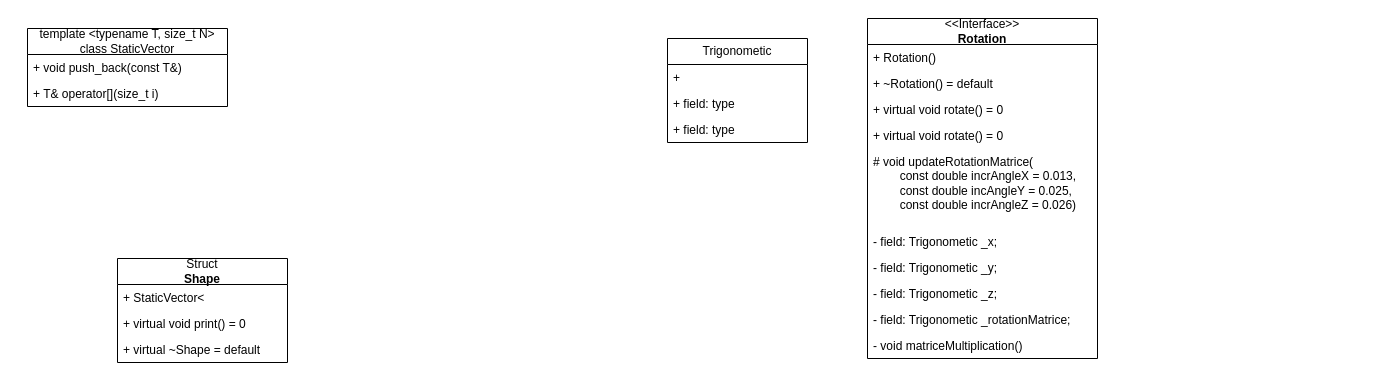
This is Architecture.drawio from AntonG97/ASCII_cube, a draw.io file, before an edit. Source tidied: cells renumbered, new cells numbered last; positions are measured from the earlier drawing's top-left corner, leaving out a move shared by most shapes. Both pictures are drawn from the tidied source at 100%, with x=0, y=0 at pixel (27, 18).
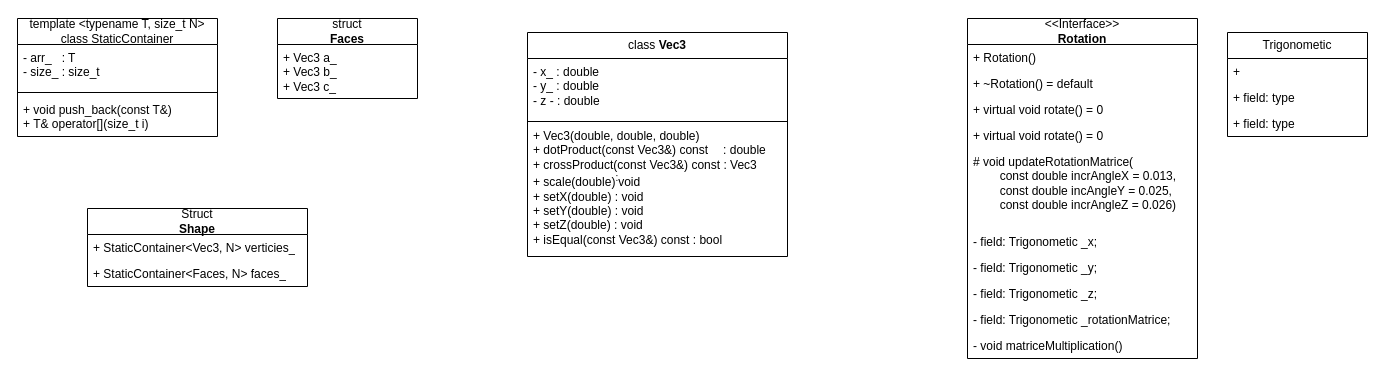
The same diagram, later.

Diff of the diagram source:
```diff
@@
     <mxCell id="2" value="&lt;div&gt;Struct&lt;/div&gt;&lt;div&gt;&lt;b&gt;Shape&lt;/b&gt;&lt;/div&gt;" style="swimlane;fontStyle=0;horizontal=1;startSize=26;fillColor=none;whiteSpace=wrap;html=1;" parent="1" vertex="1">
-      <mxGeometry x="90" y="240" width="170" height="104" as="geometry" />
+      <mxGeometry x="60" y="190" width="220" height="78" as="geometry" />
     </mxCell>
-    <mxCell id="3" value="+ StaticVector&amp;lt;" style="text;strokeColor=none;fillColor=none;align=left;verticalAlign=top;spacingLeft=4;spacingRight=4;overflow=hidden;whiteSpace=wrap;html=1;" parent="2" vertex="1">
-      <mxGeometry y="26" width="170" height="26" as="geometry" />
+    <mxCell id="3" value="+ StaticContainer&amp;lt;Vec3, N&amp;gt; verticies_" style="text;strokeColor=none;fillColor=none;align=left;verticalAlign=top;spacingLeft=4;spacingRight=4;overflow=hidden;whiteSpace=wrap;html=1;" parent="2" vertex="1">
+      <mxGeometry y="26" width="220" height="26" as="geometry" />
     </mxCell>
-    <mxCell id="4" value="+ virtual void print() = 0&lt;span style=&quot;white-space: pre;&quot;&gt;&#9;&lt;/span&gt;" style="text;strokeColor=none;fillColor=none;align=left;verticalAlign=top;spacingLeft=4;spacingRight=4;overflow=hidden;whiteSpace=wrap;html=1;" parent="2" vertex="1">
-      <mxGeometry y="52" width="170" height="26" as="geometry" />
+    <mxCell id="4" value="+ StaticContainer&amp;lt;Faces, N&amp;gt; faces_" style="text;strokeColor=none;fillColor=none;align=left;verticalAlign=top;spacingLeft=4;spacingRight=4;overflow=hidden;whiteSpace=wrap;html=1;" parent="2" vertex="1">
+      <mxGeometry y="52" width="220" height="26" as="geometry" />
     </mxCell>
-    <mxCell id="5" value="+ virtual ~Shape = default" style="text;strokeColor=none;fillColor=none;align=left;verticalAlign=top;spacingLeft=4;spacingRight=4;overflow=hidden;whiteSpace=wrap;html=1;" parent="2" vertex="1">
-      <mxGeometry y="78" width="170" height="26" as="geometry" />
-    </mxCell>
     <mxCell id="6" value="&amp;lt;&amp;lt;Interface&amp;gt;&amp;gt;&lt;div&gt;&lt;b&gt;Rotation&lt;/b&gt;&lt;/div&gt;" style="swimlane;fontStyle=0;horizontal=1;startSize=26;fillColor=none;whiteSpace=wrap;html=1;" parent="1" vertex="1">
-      <mxGeometry x="840" width="230" height="340" as="geometry" />
+      <mxGeometry x="940" width="230" height="340" as="geometry" />
     </mxCell>
@@
     <mxCell id="17" value="Trigonometic" style="swimlane;fontStyle=0;horizontal=1;startSize=26;fillColor=none;whiteSpace=wrap;html=1;" parent="1" vertex="1">
-      <mxGeometry x="640" y="20" width="140" height="104" as="geometry" />
+      <mxGeometry x="1200" y="14" width="140" height="104" as="geometry" />
     </mxCell>
@@
-    <mxCell id="21" value="&lt;div&gt;template &amp;lt;typename T, size_t N&amp;gt;&lt;/div&gt;&lt;div&gt;class StaticVector&lt;/div&gt;" style="swimlane;fontStyle=0;horizontal=1;startSize=26;fillColor=none;whiteSpace=wrap;html=1;" parent="1" vertex="1">
-      <mxGeometry y="10" width="200" height="78" as="geometry" />
+    <mxCell id="21" value="&lt;div&gt;template &amp;lt;typename T, size_t N&amp;gt;&lt;/div&gt;&lt;div&gt;class StaticContainer&lt;/div&gt;" style="swimlane;fontStyle=0;horizontal=1;startSize=26;fillColor=none;whiteSpace=wrap;html=1;" parent="1" vertex="1">
+      <mxGeometry x="-10" width="200" height="118" as="geometry" />
     </mxCell>
-    <mxCell id="22" value="+ void push_back(const T&amp;amp;)" style="text;strokeColor=none;fillColor=none;align=left;verticalAlign=top;spacingLeft=4;spacingRight=4;overflow=hidden;whiteSpace=wrap;html=1;" parent="21" vertex="1">
-      <mxGeometry y="26" width="200" height="26" as="geometry" />
+    <mxCell id="22" value="&lt;div&gt;- arr_&amp;nbsp; &amp;nbsp;: T&lt;/div&gt;&lt;div&gt;- size_ : size_t&amp;nbsp;&lt;/div&gt;" style="text;strokeColor=none;fillColor=none;align=left;verticalAlign=top;spacingLeft=4;spacingRight=4;overflow=hidden;whiteSpace=wrap;html=1;" parent="21" vertex="1">
+      <mxGeometry y="26" width="200" height="44" as="geometry" />
     </mxCell>
+    <mxCell id="24" style="line;strokeWidth=1;fillColor=none;align=left;verticalAlign=middle;spacingTop=-1;spacingLeft=3;spacingRight=3;labelPosition=right;strokeColor=inherit;" parent="21" vertex="1">
+      <mxGeometry y="70" width="200" height="8" as="geometry" />
+    </mxCell>
-    <mxCell id="23" value="+ T&amp;amp; operator[](size_t i)" style="text;strokeColor=none;fillColor=none;align=left;verticalAlign=top;spacingLeft=4;spacingRight=4;overflow=hidden;whiteSpace=wrap;html=1;" parent="21" vertex="1">
-      <mxGeometry y="52" width="200" height="26" as="geometry" />
+    <mxCell id="23" value="&lt;div&gt;+ void push_back(const T&amp;amp;)&lt;/div&gt;&lt;div&gt;+ T&amp;amp; operator[](size_t i)&lt;/div&gt;" style="text;strokeColor=none;fillColor=none;align=left;verticalAlign=top;spacingLeft=4;spacingRight=4;overflow=hidden;whiteSpace=wrap;html=1;" parent="21" vertex="1">
+      <mxGeometry y="78" width="200" height="40" as="geometry" />
     </mxCell>
+    <mxCell id="25" value="&lt;div&gt;struct&lt;/div&gt;&lt;div&gt;&lt;b&gt;Faces&lt;/b&gt;&lt;/div&gt;" style="swimlane;fontStyle=0;horizontal=1;startSize=26;fillColor=none;whiteSpace=wrap;html=1;" parent="1" vertex="1">
+      <mxGeometry x="250" width="140" height="80" as="geometry" />
+    </mxCell>
+    <mxCell id="26" value="&lt;div&gt;+ Vec3 a_&lt;/div&gt;&lt;div&gt;+ Vec3 b_&lt;/div&gt;&lt;div&gt;+ Vec3 c_&lt;/div&gt;" style="text;strokeColor=none;fillColor=none;align=left;verticalAlign=top;spacingLeft=4;spacingRight=4;overflow=hidden;whiteSpace=wrap;html=1;" parent="25" vertex="1">
+      <mxGeometry y="26" width="140" height="54" as="geometry" />
+    </mxCell>
+    <mxCell id="27" value="class&amp;nbsp;&lt;b&gt;Vec3&lt;/b&gt;" style="swimlane;fontStyle=0;horizontal=1;startSize=26;fillColor=none;whiteSpace=wrap;html=1;" parent="1" vertex="1">
+      <mxGeometry x="500" y="14" width="260" height="224" as="geometry" />
+    </mxCell>
+    <mxCell id="28" value="&lt;div&gt;- x_ : double&lt;/div&gt;&lt;div&gt;- y_ : double&lt;/div&gt;&lt;div&gt;- z - : double&lt;/div&gt;" style="text;strokeColor=none;fillColor=none;align=left;verticalAlign=top;spacingLeft=4;spacingRight=4;overflow=hidden;whiteSpace=wrap;html=1;" parent="27" vertex="1">
+      <mxGeometry y="26" width="260" height="62" as="geometry" />
+    </mxCell>
+    <mxCell id="29" style="line;strokeWidth=1;fillColor=none;align=left;verticalAlign=middle;spacingTop=-1;spacingLeft=3;spacingRight=3;labelPosition=right;strokeColor=inherit;" parent="27" vertex="1">
+      <mxGeometry y="88" width="260" height="2" as="geometry" />
+    </mxCell>
+    <mxCell id="30" value="&lt;div&gt;+ Vec3(double, double, double)&lt;/div&gt;&lt;div&gt;+ dotProduct(const Vec3&amp;amp;) const &lt;span style=&quot;white-space: pre;&quot;&gt;&#9;&lt;/span&gt;&amp;nbsp;: double&lt;/div&gt;&lt;div&gt;+ crossProduct(const Vec3&amp;amp;) const :&amp;nbsp;Vec3&lt;/div&gt;&lt;div&gt;+ scale(double)&lt;sup&gt;:&lt;/sup&gt;void&lt;/div&gt;&lt;div&gt;+ setX(double) :&amp;nbsp;void&lt;/div&gt;&lt;div&gt;+ setY(double) :&amp;nbsp;void&lt;/div&gt;&lt;div&gt;+ setZ(double) :&amp;nbsp;void&lt;/div&gt;&lt;div&gt;+ isEqual(const Vec3&amp;amp;) const :&amp;nbsp;bool&lt;/div&gt;" style="text;strokeColor=none;fillColor=none;align=left;verticalAlign=top;spacingLeft=4;spacingRight=4;overflow=hidden;whiteSpace=wrap;html=1;" parent="27" vertex="1">
+      <mxGeometry y="90" width="260" height="134" as="geometry" />
+    </mxCell>
```
